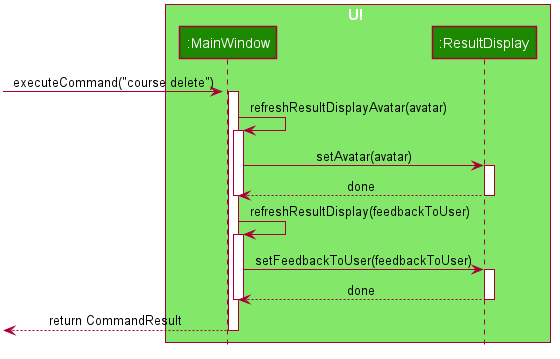
yjskrs/main keeps this PlantUML diagram as docs/images/developer-guide/ResultDisplayHandleCommand.png. Above is the earlier version.
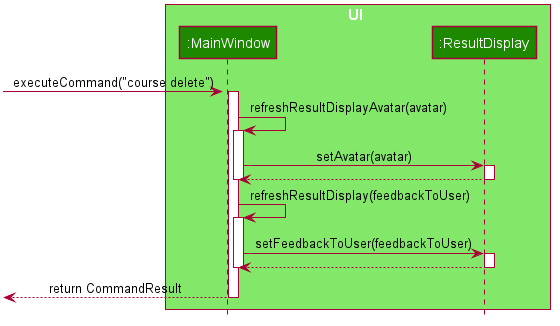
After the change.

Commit message:
updated uml ResultDisplayHandleCommand

Change to the diagram source:
```diff
@@ -63,7 +63,7 @@
 
 MainWindow -> ResultDisplay : setAvatar(avatar)
 activate ResultDisplay
-return done
+return
 deactivate ResultDisplay
 deactivate
 
@@ -71,7 +71,7 @@
 
 MainWindow -> ResultDisplay : setFeedbackToUser(feedbackToUser)
 activate ResultDisplay
-return done
+return
 deactivate ResultDisplay
 deactivate
 
```
